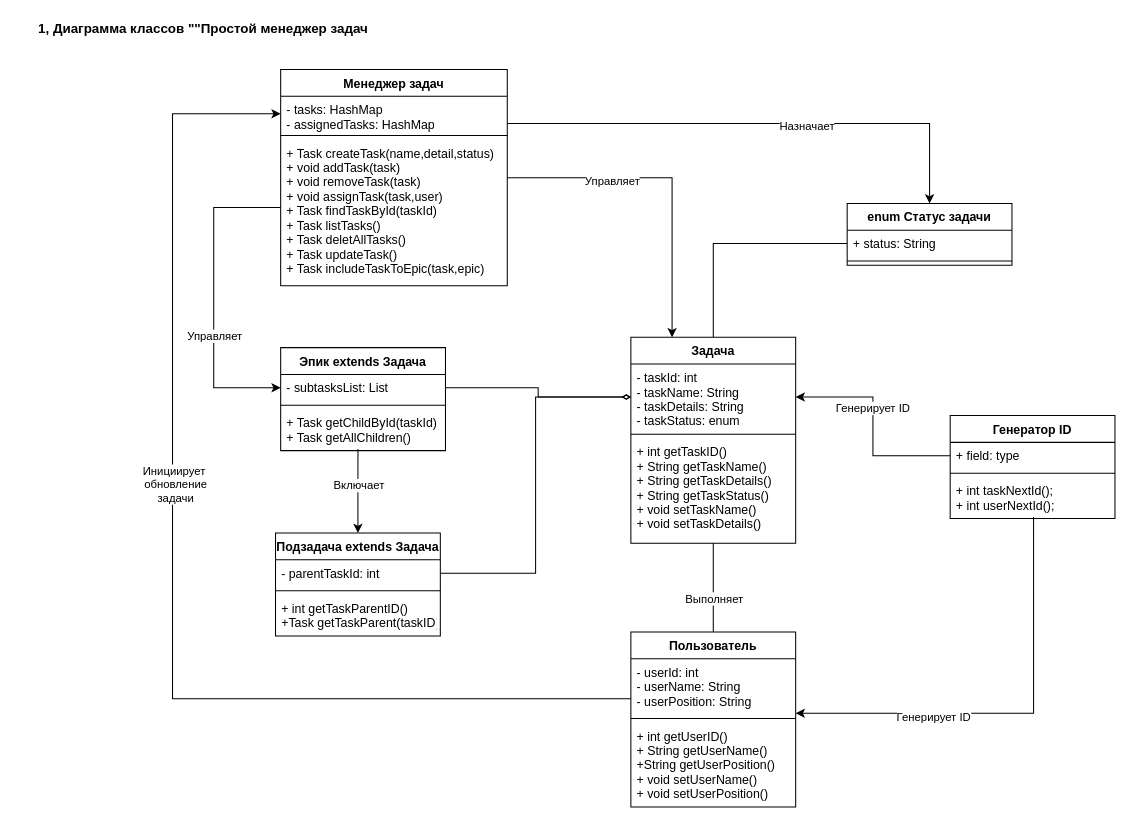
Before: Analytics/class_diagram.drawio in Ratty82/SimpleJavaTaskTracker, a draw.io diagram. Source tidied: cells renumbered, new cells numbered last; positions are measured from the earlier drawing's top-left corner, leaving out a move shared by most shapes. Both pictures are drawn from the tidied source at 103%, with x=0, y=0 at pixel (18, 18).
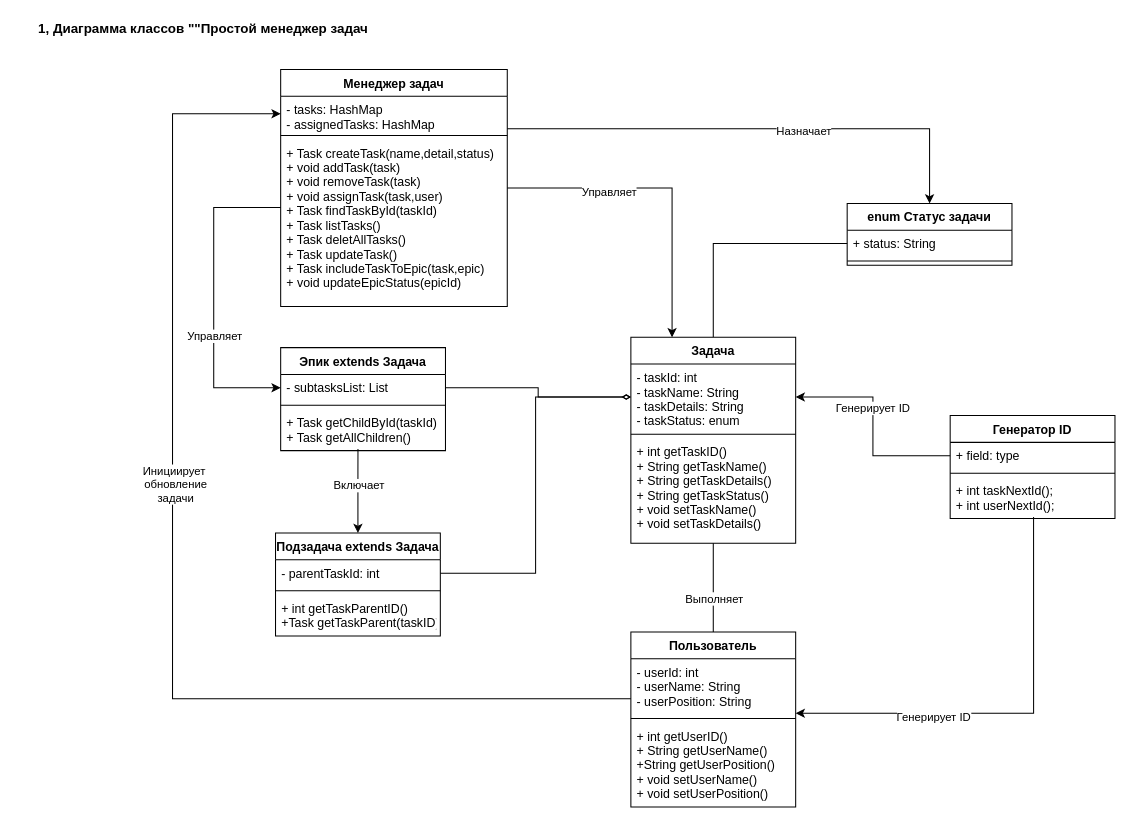
Above is the later version.

Commit message:
changed class diagram

Diff of the diagram source:
```diff
@@
     <mxCell id="40" value="Менеджер задач" style="swimlane;fontStyle=1;align=center;verticalAlign=top;horizontal=1;startSize=26;" parent="1" vertex="1">
-      <mxGeometry x="255" y="50" width="220" height="210" as="geometry" />
+      <mxGeometry x="255" y="50" width="220" height="230" as="geometry" />
     </mxCell>
@@
-    <mxCell id="43" value="+ Task createTask(name,detail,status)&#10;+ void addTask(task)&#10;+ void removeTask(task)&#10;+ void assignTask(task,user)&#10;+ Task findTaskById(taskId)&#10;+ Task listTasks()&#10;+ Task deletAllTasks()&#10;+ Task updateTask()&#10;+ Task includeTaskToEpic(task,epic)&#10;&#10;" style="text;strokeColor=none;fillColor=none;align=left;verticalAlign=top;spacingLeft=4;spacingRight=4;overflow=hidden;points=[[0,0.5],[1,0.5]];portConstraint=eastwest;" parent="40" vertex="1">
-      <mxGeometry y="68" width="220" height="142" as="geometry" />
+    <mxCell id="43" value="+ Task createTask(name,detail,status)&#10;+ void addTask(task)&#10;+ void removeTask(task)&#10;+ void assignTask(task,user)&#10;+ Task findTaskById(taskId)&#10;+ Task listTasks()&#10;+ Task deletAllTasks()&#10;+ Task updateTask()&#10;+ Task includeTaskToEpic(task,epic)&#10;+ void updateEpicStatus(epicId)&#10;&#10;&#10;" style="text;strokeColor=none;fillColor=none;align=left;verticalAlign=top;spacingLeft=4;spacingRight=4;overflow=hidden;points=[[0,0.5],[1,0.5]];portConstraint=eastwest;" parent="40" vertex="1">
+      <mxGeometry y="68" width="220" height="162" as="geometry" />
     </mxCell>
```
